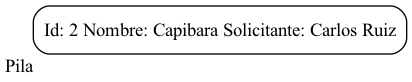
Before: Proyecto1/reports/pile.png, a diagram exported from Graphviz (marcosbondel/IPC2_ProyectoVD2024_202202410). Its source is kept beside it as Proyecto1/dot_reports/pile.dot.
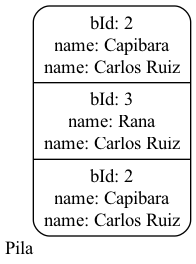
Later version of the same file.

Diff of the diagram source:
```diff
@@ -1,7 +1,5 @@
 digraph G {
             rankdir=LR;
             node[shape=Mrecord];
-        Pila[xlabel="Pila" label="Id: 2
- Nombre: Capibara
- Solicitante: Carlos Ruiz"];
+        Pila[xlabel="Pila" label="bId: 2\nname: Capibara\nname: Carlos Ruiz\n|bId: 3\nname: Rana\nname: Carlos Ruiz\n|bId: 2\nname: Capibara\nname: Carlos Ruiz\n"];
 }
```
